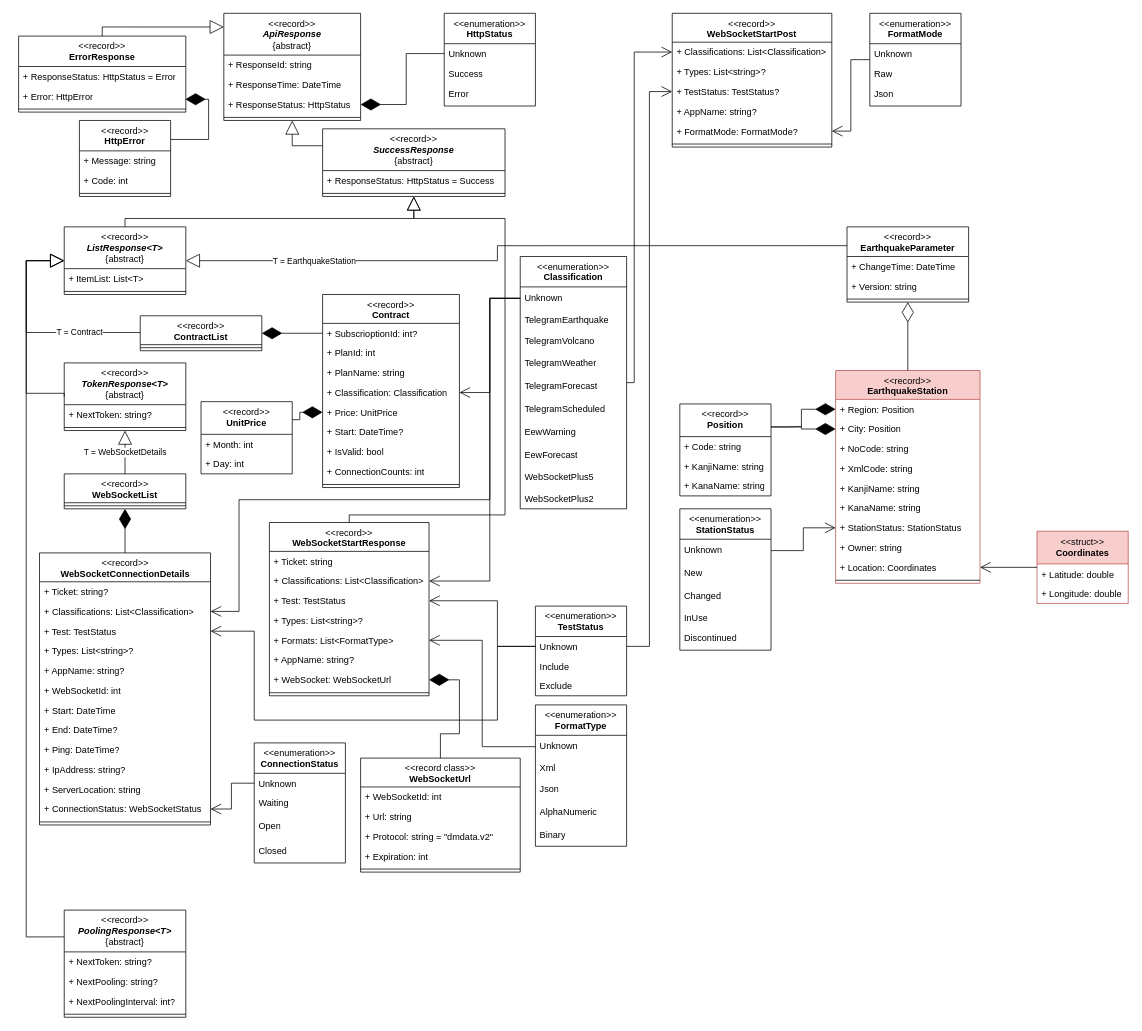
Above: img/class-http.drawio in EasonSYC/a-level-computing-coursework (draw.io), before the change. Source tidied: cells renumbered, new cells numbered last; positions are measured from the earlier drawing's top-left corner, leaving out a move shared by most shapes. Both pictures are drawn from the tidied source at 76%, with x=0, y=0 at pixel (18, 13).
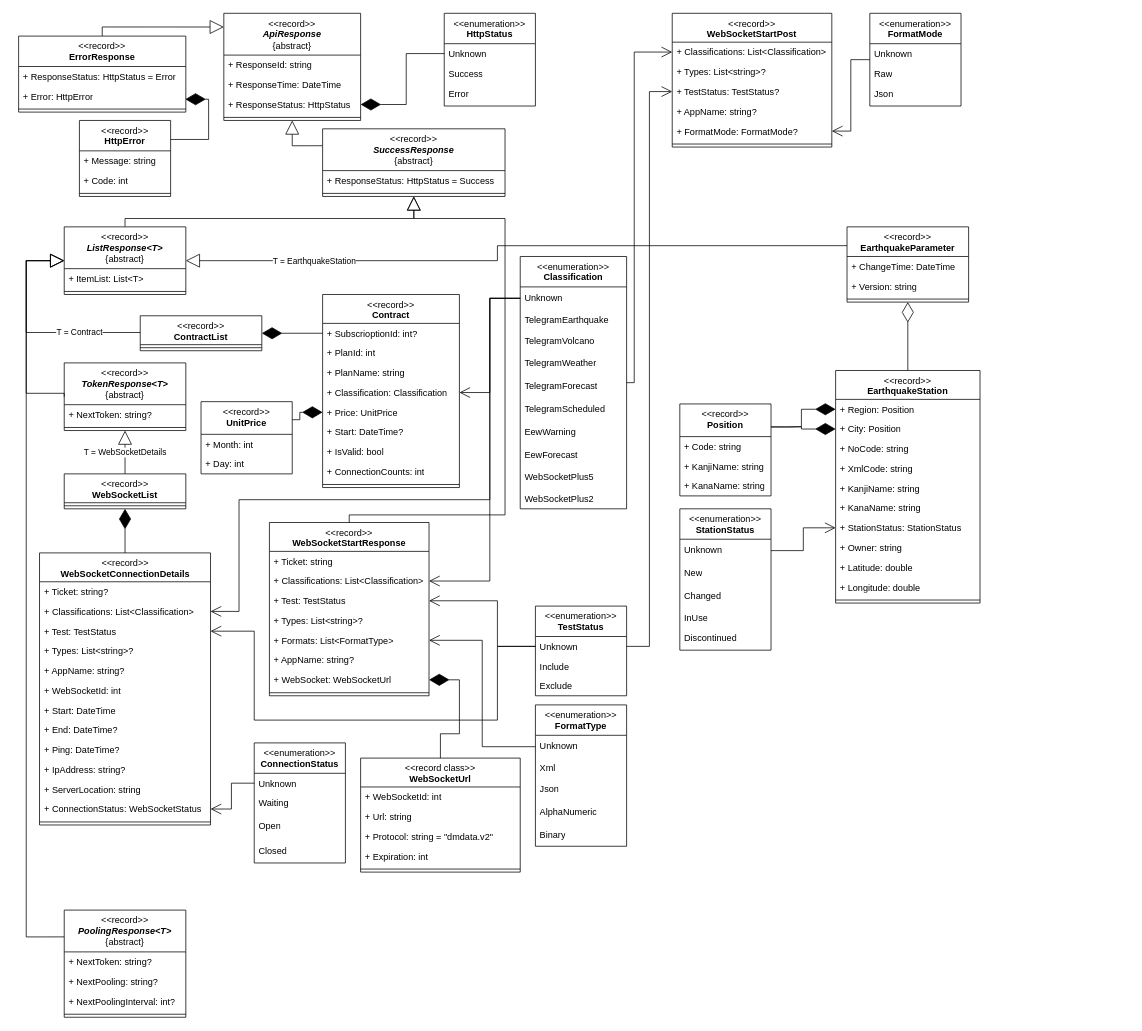
Above is the later version.

What changed in the source:
```diff
@@
-    <mxCell id="137" value="&amp;lt;&amp;lt;record&amp;gt;&amp;gt;&lt;br&gt;&lt;b&gt;EarthquakeStation&lt;/b&gt;" style="swimlane;fontStyle=0;align=center;verticalAlign=top;horizontal=1;startSize=38;html=1;whiteSpace=wrap;fillColor=#f8cecc;strokeColor=#b85450;" parent="1" vertex="1">
-      <mxGeometry x="1075" y="470" width="190" height="280" as="geometry" />
+    <mxCell id="137" value="&amp;lt;&amp;lt;record&amp;gt;&amp;gt;&lt;br&gt;&lt;b&gt;EarthquakeStation&lt;/b&gt;" style="swimlane;fontStyle=0;align=center;verticalAlign=top;horizontal=1;startSize=38;html=1;whiteSpace=wrap;" parent="1" vertex="1">
+      <mxGeometry x="1075" y="470" width="190" height="306" as="geometry" />
     </mxCell>
@@
-    <mxCell id="146" value="+ Location: Coordinates" style="text;strokeColor=none;fillColor=none;align=left;verticalAlign=top;spacingLeft=4;spacingRight=4;overflow=hidden;points=[[0,0.5],[1,0.5]];portConstraint=eastwest;whiteSpace=wrap;html=1;" parent="137" vertex="1">
-      <mxGeometry y="246" width="190" height="26" as="geometry" />
-    </mxCell>
+    <mxCell id="164" value="+ Latitude: double" style="text;strokeColor=none;fillColor=none;align=left;verticalAlign=top;spacingLeft=4;spacingRight=4;overflow=hidden;whiteSpace=wrap;html=1;" parent="137" vertex="1">
+      <mxGeometry y="246" width="190" height="26" as="geometry" />
+    </mxCell>
+    <mxCell id="165" value="+ Longitude: double" style="text;strokeColor=none;fillColor=none;align=left;verticalAlign=top;spacingLeft=4;spacingRight=4;overflow=hidden;whiteSpace=wrap;html=1;" parent="137" vertex="1">
+      <mxGeometry y="272" width="190" height="26" as="geometry" />
+    </mxCell>
     <mxCell id="147" style="line;strokeWidth=1;fillColor=none;align=left;verticalAlign=middle;spacingTop=-1;spacingLeft=3;spacingRight=3;labelPosition=right;" parent="137" vertex="1">
-      <mxGeometry y="272" width="190" height="8" as="geometry" />
+      <mxGeometry y="298" width="190" height="8" as="geometry" />
     </mxCell>
@@
-    <mxCell id="163" value="&amp;lt;&amp;lt;struct&amp;gt;&amp;gt;&lt;br&gt;&lt;b&gt;Coordinates&lt;/b&gt;" style="swimlane;fontStyle=0;align=center;verticalAlign=top;horizontal=1;startSize=43;html=1;whiteSpace=wrap;fillColor=#f8cecc;strokeColor=#b85450;" parent="1" vertex="1">
-      <mxGeometry x="1340" y="681.5" width="120" height="95" as="geometry" />
-    </mxCell>
-    <mxCell id="164" value="+ Latitude: double" style="text;strokeColor=none;fillColor=none;align=left;verticalAlign=top;spacingLeft=4;spacingRight=4;overflow=hidden;whiteSpace=wrap;html=1;" parent="163" vertex="1">
-      <mxGeometry y="43" width="120" height="26" as="geometry" />
-    </mxCell>
-    <mxCell id="165" value="+ Longitude: double" style="text;strokeColor=none;fillColor=none;align=left;verticalAlign=top;spacingLeft=4;spacingRight=4;overflow=hidden;whiteSpace=wrap;html=1;" parent="163" vertex="1">
-      <mxGeometry y="69" width="120" height="26" as="geometry" />
-    </mxCell>
-    <mxCell id="166" style="endArrow=open;endFill=1;endSize=12;html=1;rounded=0;exitX=0;exitY=0.5;exitDx=0;exitDy=0;entryX=1;entryY=0.5;entryDx=0;entryDy=0;" parent="1" edge="1" source="163" target="146">
-      <mxGeometry relative="1" as="geometry" />
-    </mxCell>
```
